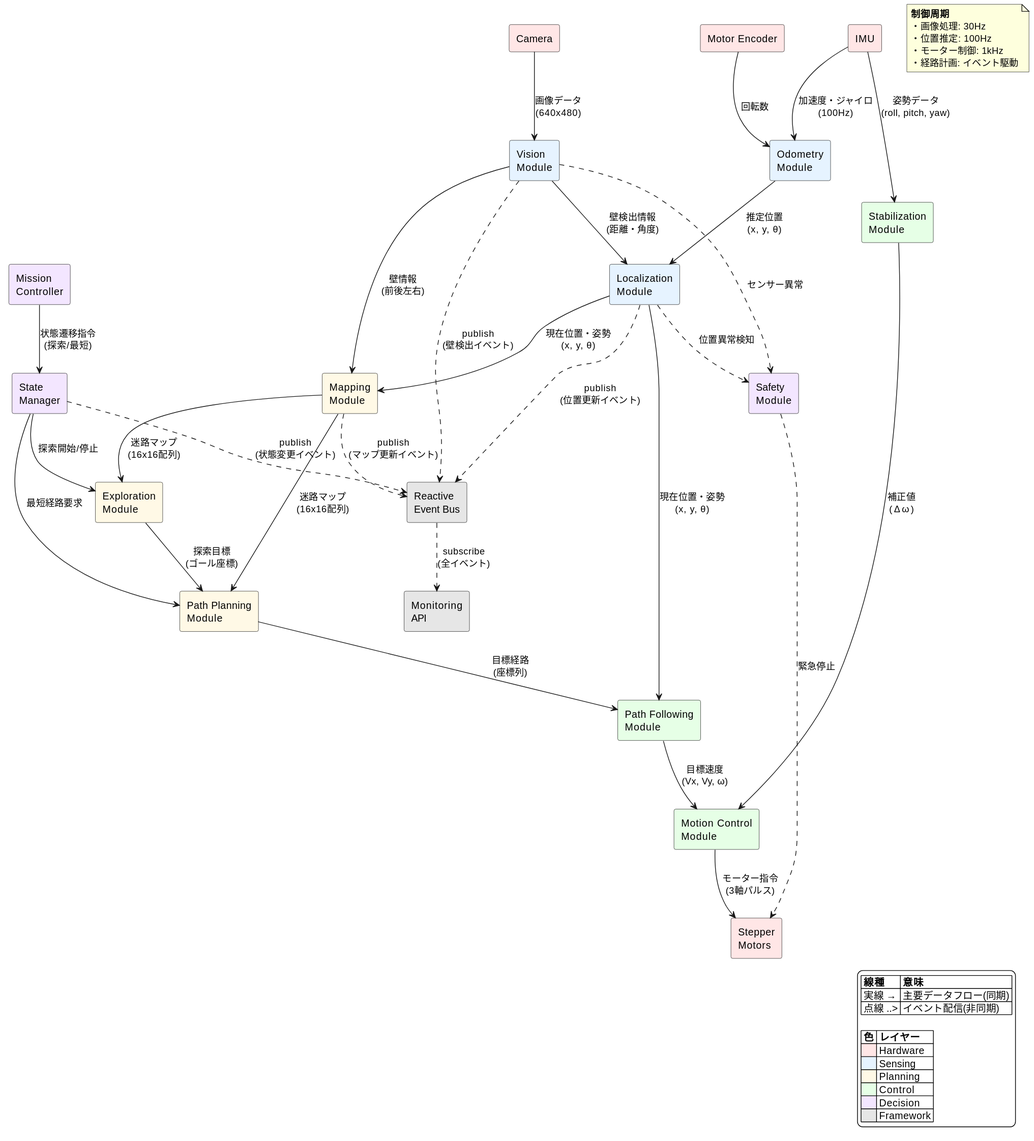
The PlantUML diagram docs/images/data-flow.svg in horie-t/omni-mouse, before a commit. Source of this version:
```plantuml
@startuml
skinparam backgroundColor #FFFFFF
skinparam componentStyle rectangle

component "Camera" as CAM #FFE6E6
component "IMU" as IMU #FFE6E6
component "Motor Encoder" as ENC #FFE6E6

component "Vision\nModule" as VISION #E6F3FF
component "Odometry\nModule" as ODOM #E6F3FF
component "Localization\nModule" as LOCAL #E6F3FF

component "Mapping\nModule" as MAP #FFF9E6
component "Exploration\nModule" as EXPLORE #FFF9E6
component "Path Planning\nModule" as PATH #FFF9E6

component "Path Following\nModule" as FOLLOW #E6FFE6
component "Motion Control\nModule" as MOTION #E6FFE6
component "Stabilization\nModule" as STAB #E6FFE6

component "State\nManager" as STATE #F3E6FF
component "Mission\nController" as MISSION #F3E6FF
component "Safety\nModule" as SAFETY #F3E6FF

component "Stepper\nMotors" as MOTOR #FFE6E6

component "Reactive\nEvent Bus" as EVENT #E6E6E6
component "Monitoring\nAPI" as API #E6E6E6

CAM --> VISION : 画像データ\n(640x480)
IMU --> ODOM : 加速度・ジャイロ\n(100Hz)
ENC --> ODOM : 回転数

VISION --> LOCAL : 壁検出情報\n(距離・角度)
ODOM --> LOCAL : 推定位置\n(x, y, θ)

LOCAL --> MAP : 現在位置・姿勢\n(x, y, θ)
VISION --> MAP : 壁情報\n(前後左右)
MAP --> EXPLORE : 迷路マップ\n(16x16配列)
MAP --> PATH : 迷路マップ\n(16x16配列)
EXPLORE --> PATH : 探索目標\n(ゴール座標)

PATH --> FOLLOW : 目標経路\n(座標列)
LOCAL --> FOLLOW : 現在位置・姿勢\n(x, y, θ)
FOLLOW --> MOTION : 目標速度\n(Vx, Vy, ω)
IMU --> STAB : 姿勢データ\n(roll, pitch, yaw)
STAB --> MOTION : 補正値\n(Δω)
MOTION --> MOTOR : モーター指令\n(3軸パルス)

MISSION --> STATE : 状態遷移指令\n(探索/最短)
STATE --> EXPLORE : 探索開始/停止
STATE --> PATH : 最短経路要求

LOCAL ..> SAFETY : 位置異常検知
VISION ..> SAFETY : センサー異常
SAFETY ..> MOTOR : 緊急停止

VISION ..> EVENT : publish\n(壁検出イベント)
LOCAL ..> EVENT : publish\n(位置更新イベント)
MAP ..> EVENT : publish\n(マップ更新イベント)
STATE ..> EVENT : publish\n(状態変更イベント)
EVENT ..> API : subscribe\n(全イベント)

legend right
  |= 線種 |= 意味 |
  | 実線 → | 主要データフロー(同期) |
  | 点線 ..> | イベント配信(非同期) |

  |= 色 |= レイヤー |
  | <#FFE6E6> | Hardware |
  | <#E6F3FF> | Sensing |
  | <#FFF9E6> | Planning |
  | <#E6FFE6> | Control |
  | <#F3E6FF> | Decision |
  | <#E6E6E6> | Framework |
endlegend

note as N1
  **制御周期**
  ・画像処理: 30Hz
  ・位置推定: 100Hz
  ・モーター制御: 1kHz
  ・経路計画: イベント駆動
end note
@enduml
```
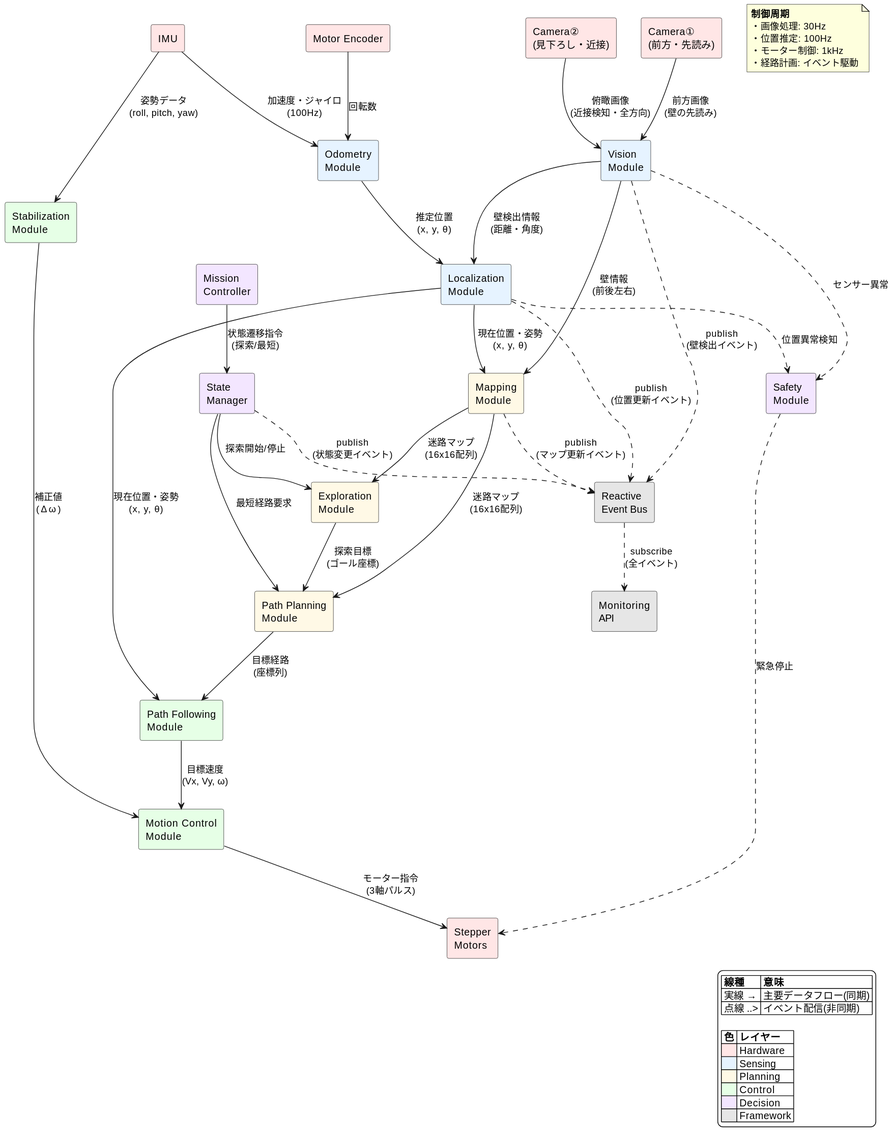
Above is the later version.

Diff of the diagram source:
```diff
@@ -2,7 +2,8 @@
 skinparam backgroundColor #FFFFFF
 skinparam componentStyle rectangle
 
-component "Camera" as CAM #FFE6E6
+component "Camera①\n(前方・先読み)" as CAM_FRONT #FFE6E6
+component "Camera②\n(見下ろし・近接)" as CAM_DOWN #FFE6E6
 component "IMU" as IMU #FFE6E6
 component "Motor Encoder" as ENC #FFE6E6
 
@@ -27,7 +28,8 @@
 component "Reactive\nEvent Bus" as EVENT #E6E6E6
 component "Monitoring\nAPI" as API #E6E6E6
 
-CAM --> VISION : 画像データ\n(640x480)
+CAM_FRONT --> VISION : 前方画像\n(壁の先読み)
+CAM_DOWN --> VISION : 俯瞰画像\n(近接検知・全方向)
 IMU --> ODOM : 加速度・ジャイロ\n(100Hz)
 ENC --> ODOM : 回転数
 
```
